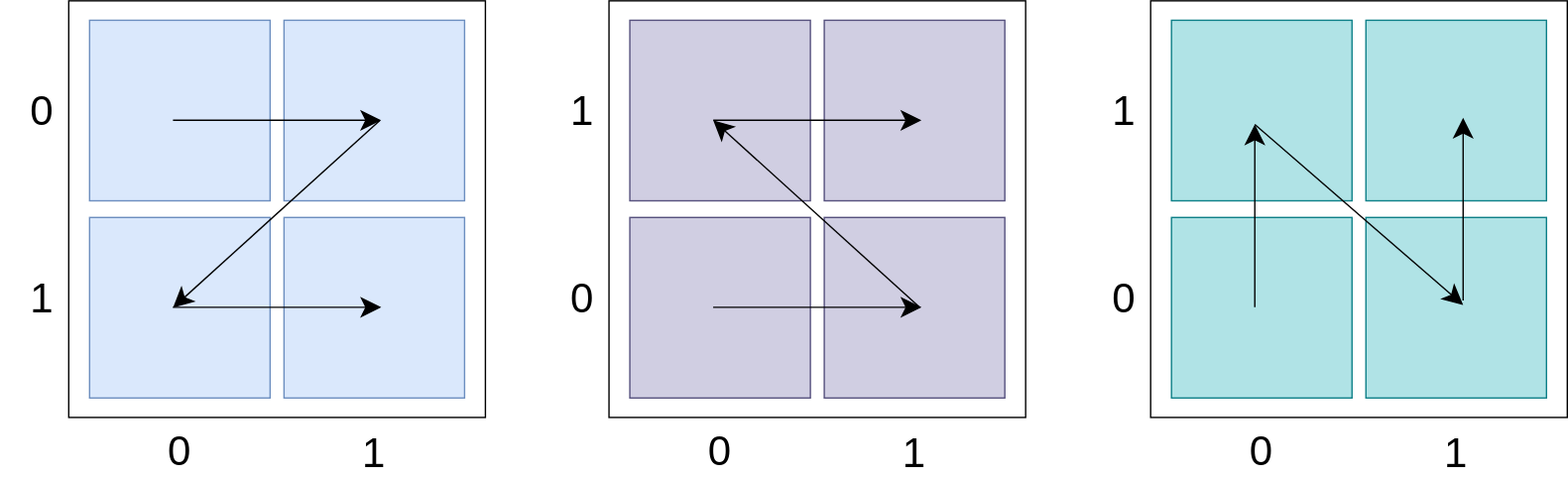
Earlier version of the draw.io export assets/posts/spatial-index/z-order-types.svg (addu390/addu390.github.io). Source tidied: cells renumbered, new cells last; positions are measured from the earlier drawing's top-left corner, leaving out a move shared by most shapes.
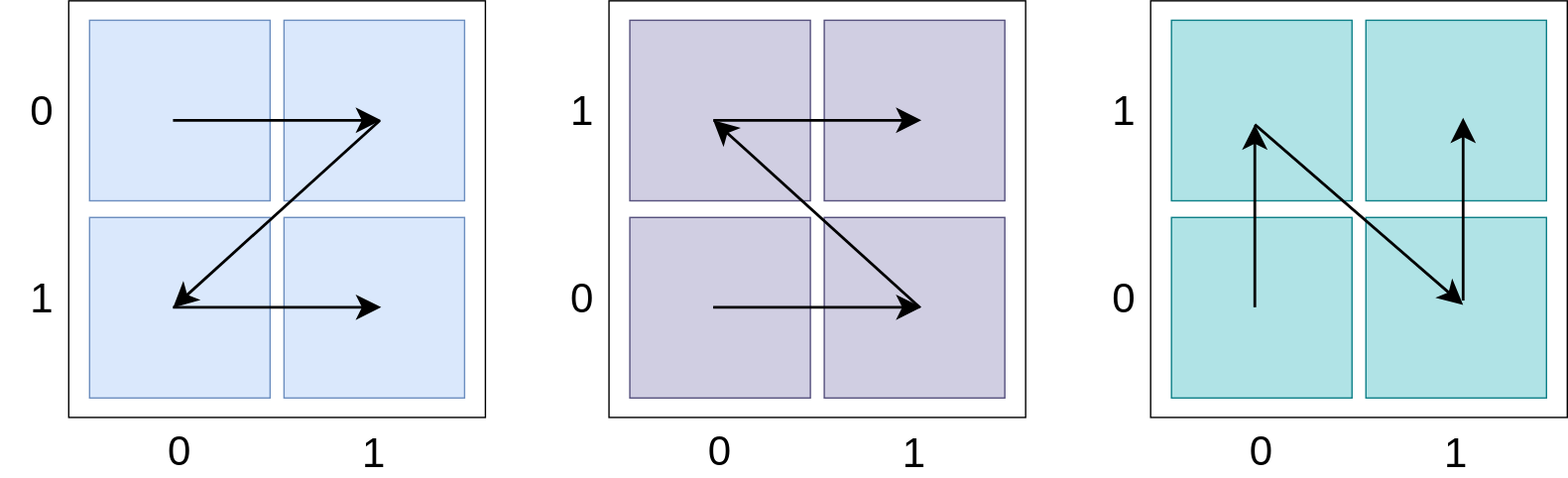
After the change.

Commit message:
First order to second order for space filling curves - yet to fix figure numbers

Diff of the diagram source:
```diff
@@ -17,15 +17,15 @@
     <mxCell id="6" style="rounded=0;whiteSpace=wrap;html=1;fillColor=#dae8fc;strokeColor=#6c8ebf;" parent="1" vertex="1">
       <mxGeometry x="204" y="14" width="130" height="130" as="geometry" />
     </mxCell>
-    <mxCell id="7" style="endArrow=classic;html=1;rounded=0;exitX=0.462;exitY=0.554;exitDx=0;exitDy=0;exitPerimeter=0;entryX=0.538;entryY=0.554;entryDx=0;entryDy=0;entryPerimeter=0;endSize=12;startSize=12;" parent="1" edge="1" source="3" target="6">
+    <mxCell id="7" style="endArrow=classic;html=1;rounded=0;exitX=0.462;exitY=0.554;exitDx=0;exitDy=0;exitPerimeter=0;entryX=0.538;entryY=0.554;entryDx=0;entryDy=0;entryPerimeter=0;endSize=12;startSize=12;strokeWidth=2;" parent="1" edge="1" source="3" target="6">
       <mxGeometry relative="1" as="geometry" />
     </mxCell>
-    <mxCell id="8" style="endArrow=classic;html=1;rounded=0;entryX=0.462;entryY=0.5;entryDx=0;entryDy=0;entryPerimeter=0;endSize=12;startSize=12;" parent="1" edge="1" target="4">
+    <mxCell id="8" style="endArrow=classic;html=1;rounded=0;entryX=0.462;entryY=0.5;entryDx=0;entryDy=0;entryPerimeter=0;endSize=12;startSize=12;strokeWidth=2;" parent="1" edge="1" target="4">
       <mxGeometry relative="1" as="geometry">
         <mxPoint x="273" y="86.2" as="sourcePoint" />
       </mxGeometry>
     </mxCell>
-    <mxCell id="9" style="endArrow=classic;html=1;rounded=0;exitX=0.462;exitY=0.554;exitDx=0;exitDy=0;exitPerimeter=0;entryX=0.538;entryY=0.554;entryDx=0;entryDy=0;entryPerimeter=0;endSize=12;startSize=12;targetPerimeterSpacing=0;" parent="1" edge="1">
+    <mxCell id="9" style="endArrow=classic;html=1;rounded=0;exitX=0.462;exitY=0.554;exitDx=0;exitDy=0;exitPerimeter=0;entryX=0.538;entryY=0.554;entryDx=0;entryDy=0;entryPerimeter=0;endSize=12;startSize=12;targetPerimeterSpacing=0;strokeWidth=2;" parent="1" edge="1">
       <mxGeometry relative="1" as="geometry">
         <mxPoint x="124" y="220.7" as="sourcePoint" />
         <mxPoint x="274" y="220.7" as="targetPoint" />
@@ -58,16 +58,16 @@
     <mxCell id="18" style="rounded=0;whiteSpace=wrap;html=1;fillColor=#d0cee2;strokeColor=#56517e;" parent="1" vertex="1">
       <mxGeometry x="593" y="14" width="130" height="130" as="geometry" />
     </mxCell>
-    <mxCell id="19" style="endArrow=classic;html=1;rounded=0;exitX=0.462;exitY=0.554;exitDx=0;exitDy=0;exitPerimeter=0;entryX=0.538;entryY=0.554;entryDx=0;entryDy=0;entryPerimeter=0;endSize=12;startSize=12;endFill=1;startArrow=none;startFill=0;" parent="1" edge="1" source="15" target="18">
+    <mxCell id="19" style="endArrow=classic;html=1;rounded=0;exitX=0.462;exitY=0.554;exitDx=0;exitDy=0;exitPerimeter=0;entryX=0.538;entryY=0.554;entryDx=0;entryDy=0;entryPerimeter=0;endSize=12;startSize=12;endFill=1;startArrow=none;startFill=0;strokeWidth=2;" parent="1" edge="1" source="15" target="18">
       <mxGeometry relative="1" as="geometry" />
     </mxCell>
-    <mxCell id="20" style="endArrow=none;html=1;rounded=0;endSize=12;startSize=12;endFill=0;startArrow=classic;startFill=1;" parent="1" edge="1">
+    <mxCell id="20" style="endArrow=none;html=1;rounded=0;endSize=12;startSize=12;endFill=0;startArrow=classic;startFill=1;strokeWidth=2;" parent="1" edge="1">
       <mxGeometry relative="1" as="geometry">
         <mxPoint x="513" y="86" as="sourcePoint" />
         <mxPoint x="662" y="221" as="targetPoint" />
       </mxGeometry>
     </mxCell>
-    <mxCell id="21" style="endArrow=classic;html=1;rounded=0;exitX=0.462;exitY=0.554;exitDx=0;exitDy=0;exitPerimeter=0;entryX=0.538;entryY=0.554;entryDx=0;entryDy=0;entryPerimeter=0;endSize=12;startSize=12;targetPerimeterSpacing=0;endFill=1;startArrow=none;startFill=0;" parent="1" edge="1">
+    <mxCell id="21" style="endArrow=classic;html=1;rounded=0;exitX=0.462;exitY=0.554;exitDx=0;exitDy=0;exitPerimeter=0;entryX=0.538;entryY=0.554;entryDx=0;entryDy=0;entryPerimeter=0;endSize=12;startSize=12;targetPerimeterSpacing=0;endFill=1;startArrow=none;startFill=0;strokeWidth=2;" parent="1" edge="1">
       <mxGeometry relative="1" as="geometry">
         <mxPoint x="513" y="220.7" as="sourcePoint" />
         <mxPoint x="663" y="220.7" as="targetPoint" />
@@ -100,13 +100,13 @@
     <mxCell id="30" style="rounded=0;whiteSpace=wrap;html=1;fillColor=#b0e3e6;strokeColor=#0e8088;" parent="1" vertex="1">
       <mxGeometry x="983" y="14" width="130" height="130" as="geometry" />
     </mxCell>
-    <mxCell id="31" style="endArrow=classic;html=1;rounded=0;endSize=12;startSize=12;" parent="1" edge="1">
+    <mxCell id="31" style="endArrow=classic;html=1;rounded=0;endSize=12;startSize=12;strokeWidth=2;" parent="1" edge="1">
       <mxGeometry relative="1" as="geometry">
         <mxPoint x="903" y="89" as="sourcePoint" />
         <mxPoint x="1053" y="219" as="targetPoint" />
       </mxGeometry>
     </mxCell>
-    <mxCell id="32" style="endArrow=classic;html=1;rounded=0;exitX=0.462;exitY=0.554;exitDx=0;exitDy=0;exitPerimeter=0;endSize=12;startSize=12;targetPerimeterSpacing=0;" parent="1" edge="1">
+    <mxCell id="32" style="endArrow=classic;html=1;rounded=0;exitX=0.462;exitY=0.554;exitDx=0;exitDy=0;exitPerimeter=0;endSize=12;startSize=12;targetPerimeterSpacing=0;strokeWidth=2;" parent="1" edge="1">
       <mxGeometry relative="1" as="geometry">
         <mxPoint x="903" y="220.7" as="sourcePoint" />
         <mxPoint x="903" y="89" as="targetPoint" />
@@ -124,7 +124,7 @@
     <mxCell id="36" value="&lt;span style=&quot;font-size: 30px;&quot;&gt;1&lt;/span&gt;" style="text;html=1;align=center;verticalAlign=middle;whiteSpace=wrap;rounded=0;fontSize=30;" parent="1" vertex="1">
       <mxGeometry x="1018" y="310" width="60" height="30" as="geometry" />
     </mxCell>
-    <mxCell id="37" style="endArrow=classic;html=1;rounded=0;exitX=0.462;exitY=0.554;exitDx=0;exitDy=0;exitPerimeter=0;endSize=12;startSize=12;targetPerimeterSpacing=0;" parent="1" edge="1">
+    <mxCell id="37" style="endArrow=classic;html=1;rounded=0;exitX=0.462;exitY=0.554;exitDx=0;exitDy=0;exitPerimeter=0;endSize=12;startSize=12;targetPerimeterSpacing=0;strokeWidth=2;" parent="1" edge="1">
       <mxGeometry relative="1" as="geometry">
         <mxPoint x="1053" y="215.8" as="sourcePoint" />
         <mxPoint x="1053" y="84.2" as="targetPoint" />
```
